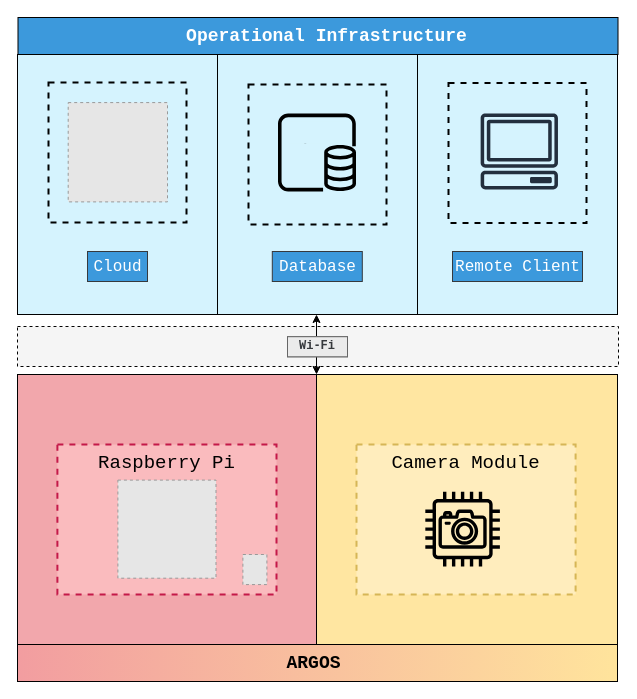
esrg-silent-howl/argos keeps this draw.io diagram as 2. Analysis/1. System Overview/system_overview.drawio. Above is the earlier version. Source tidied: cells renumbered, new cells numbered last; positions are measured from the earlier drawing's top-left corner, leaving out a move shared by most shapes. Both pictures are drawn from the tidied source at 100%, with x=0, y=0 at pixel (17, 17). Pictures stored in the file or linked from it are replaced by grey dashed boxes.
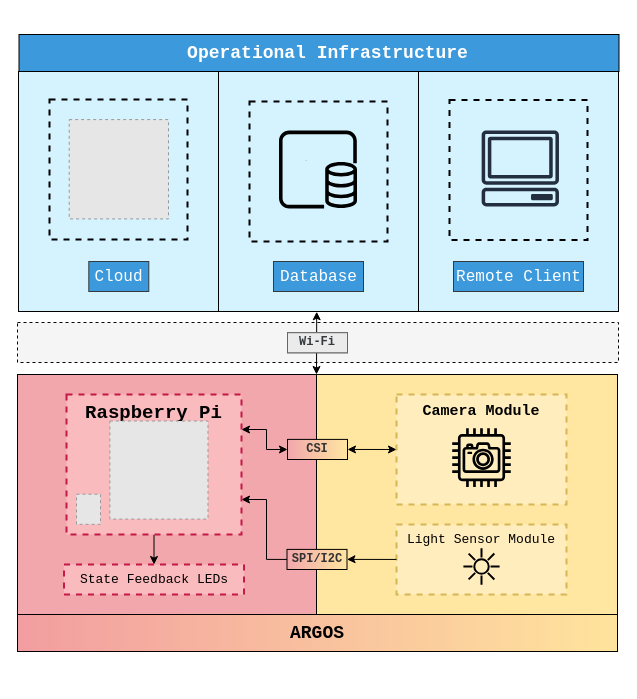
The same page after the edit.

Commit message (it also covers changes not shown here):
ADD: Light sensor and feedback LEDs modules added to the System Overview diagram

The edit, as a diff of the source:
```diff
@@
     <mxCell id="2" style="rounded=0;whiteSpace=wrap;html=1;fontFamily=Courier New;fillColor=#F2A7AC;" parent="1" vertex="1">
-      <mxGeometry y="357" width="299" height="270" as="geometry" />
+      <mxGeometry y="357" width="299" height="240" as="geometry" />
     </mxCell>
     <mxCell id="3" style="rounded=0;whiteSpace=wrap;html=1;fontFamily=Courier New;fillColor=#FFE6A1;" parent="1" vertex="1">
-      <mxGeometry x="299" y="357" width="301" height="270" as="geometry" />
+      <mxGeometry x="299" y="357" width="301" height="240" as="geometry" />
     </mxCell>
+    <mxCell id="31" style="edgeStyle=orthogonalEdgeStyle;rounded=0;jettySize=auto;html=1;exitX=1;exitY=0.25;exitDx=0;exitDy=0;entryX=0;entryY=0.5;entryDx=0;entryDy=0;startArrow=classic;startFill=1;endArrow=classic;endFill=1;" parent="1" edge="1" source="4" target="35">
+      <mxGeometry relative="1" as="geometry">
+        <Array as="points">
+          <mxPoint x="249" y="412" />
+          <mxPoint x="249" y="432" />
+        </Array>
+      </mxGeometry>
+    </mxCell>
+    <mxCell id="32" style="edgeStyle=orthogonalEdgeStyle;rounded=0;jettySize=auto;html=1;exitX=1;exitY=0.75;exitDx=0;exitDy=0;entryX=0;entryY=0.5;entryDx=0;entryDy=0;startArrow=classic;startFill=1;endArrow=none;endFill=0;fontSize=17;" parent="1" edge="1" source="4" target="38">
+      <mxGeometry relative="1" as="geometry">
+        <Array as="points">
+          <mxPoint x="249" y="482" />
+          <mxPoint x="249" y="542" />
+        </Array>
+      </mxGeometry>
+    </mxCell>
+    <mxCell id="33" style="edgeStyle=orthogonalEdgeStyle;rounded=0;jettySize=auto;html=1;exitX=0.5;exitY=1;exitDx=0;exitDy=0;entryX=0.5;entryY=0;entryDx=0;entryDy=0;startArrow=none;startFill=0;endArrow=classic;endFill=1;fontSize=13;" parent="1" edge="1" source="4" target="40">
+      <mxGeometry relative="1" as="geometry" />
+    </mxCell>
-    <mxCell id="4" value="&lt;span style=&quot;font-family: &amp;#34;consolas&amp;#34;&quot;&gt;Raspberry Pi&lt;/span&gt;" style="rounded=0;whiteSpace=wrap;html=1;dashed=1;strokeWidth=2;verticalAlign=top;fontSize=19;align=center;spacingLeft=0;fillColor=#FABBBE;strokeColor=#C41949;" parent="1" vertex="1">
-      <mxGeometry x="39.9" y="427" width="219.1" height="150" as="geometry" />
+    <mxCell id="4" value="&lt;span style=&quot;font-family: &amp;quot;consolas&amp;quot;&quot;&gt;Raspberry Pi&lt;/span&gt;" style="rounded=0;whiteSpace=wrap;html=1;dashed=1;strokeWidth=2;verticalAlign=top;fontSize=19;align=center;spacingLeft=0;fillColor=#FABBBE;strokeColor=#C41949;fontStyle=1;" parent="1" vertex="1">
+      <mxGeometry x="49" y="377" width="175" height="140" as="geometry" />
     </mxCell>
     <mxCell id="5" style="rounded=0;whiteSpace=wrap;html=1;fontFamily=Courier New;fillColor=#D5F3FE;" parent="1" vertex="1">
-      <mxGeometry y="37" width="600" height="260" as="geometry" />
+      <mxGeometry x="1" y="54" width="600" height="240" as="geometry" />
     </mxCell>
     <mxCell id="6" style="rounded=0;whiteSpace=wrap;html=1;fontFamily=Courier New;fillColor=#D5F3FE;" parent="1" vertex="1">
-      <mxGeometry x="400" y="37" width="200" height="260" as="geometry" />
+      <mxGeometry x="401" y="54" width="200" height="240" as="geometry" />
     </mxCell>
     <mxCell id="7" style="rounded=0;whiteSpace=wrap;html=1;fillColor=none;dashed=1;strokeWidth=2;" parent="1" vertex="1">
-      <mxGeometry x="431" y="65.5" width="138" height="140" as="geometry" />
+      <mxGeometry x="432" y="82.5" width="138" height="140" as="geometry" />
     </mxCell>
     <mxCell id="8" style="rounded=0;whiteSpace=wrap;html=1;fontFamily=Courier New;dashed=1;fillColor=#f5f5f5;fontColor=#333333;strokeColor=#030303;" parent="1" vertex="1">
-      <mxGeometry y="309" width="601" height="40" as="geometry" />
+      <mxGeometry y="305" width="601" height="40" as="geometry" />
     </mxCell>
-    <mxCell id="9" style="edgeStyle=orthogonalEdgeStyle;rounded=0;jettySize=auto;html=1;startArrow=classic;startFill=1;endArrow=classic;endFill=1;fontFamily=consolas;fontSize=16;fontColor=#006600;entryX=1;entryY=0;entryDx=0;entryDy=0;" parent="1" edge="1" target="2">
+    <mxCell id="9" style="edgeStyle=orthogonalEdgeStyle;rounded=0;jettySize=auto;html=1;startArrow=classic;startFill=1;endArrow=classic;endFill=1;fontFamily=consolas;fontSize=16;fontColor=#006600;entryX=1;entryY=0;entryDx=0;entryDy=0;exitX=0.497;exitY=1.001;exitDx=0;exitDy=0;exitPerimeter=0;" parent="1" edge="1" source="5" target="2">
       <mxGeometry relative="1" as="geometry">
-        <mxPoint x="299" y="297" as="sourcePoint" />
         <Array as="points">
+          <mxPoint x="299" y="297" />
           <mxPoint x="299" y="297" />
         </Array>
       </mxGeometry>
     </mxCell>
     <mxCell id="10" style="rounded=0;whiteSpace=wrap;html=1;fontFamily=Courier New;fillColor=#D5F3FE;" parent="1" vertex="1">
-      <mxGeometry y="37" width="200" height="260" as="geometry" />
+      <mxGeometry x="1" y="54" width="200" height="240" as="geometry" />
     </mxCell>
     <mxCell id="11" value="&lt;font style=&quot;font-size: 16px&quot;&gt;Database&lt;/font&gt;" style="text;html=1;align=center;verticalAlign=middle;fillColor=#3C99DC;strokeColor=#36393d;fontFamily=consolas;fontSize=18;fontColor=#FFFFFF;" parent="1" vertex="1">
-      <mxGeometry x="254.8" y="234" width="90" height="30" as="geometry" />
+      <mxGeometry x="256" y="244" width="90" height="30" as="geometry" />
     </mxCell>
     <mxCell id="12" value="&lt;font style=&quot;font-size: 16px&quot;&gt;Cloud&lt;/font&gt;" style="text;html=1;align=center;verticalAlign=middle;fillColor=#3C99DC;strokeColor=#36393D;fontFamily=consolas;fontSize=18;fontColor=#FFFFFF;" parent="1" vertex="1">
-      <mxGeometry x="70" y="234" width="60" height="30" as="geometry" />
+      <mxGeometry x="71.3" y="244" width="60" height="30" as="geometry" />
     </mxCell>
     <mxCell id="13" value="&lt;font style=&quot;font-size: 16px&quot;&gt;Remote Client&lt;/font&gt;" style="text;html=1;align=center;verticalAlign=middle;fillColor=#3C99DC;strokeColor=#36393d;fontFamily=consolas;fontSize=18;fontColor=#FFFFFF;" parent="1" vertex="1">
-      <mxGeometry x="435" y="234" width="130" height="30" as="geometry" />
+      <mxGeometry x="436" y="244" width="130" height="30" as="geometry" />
     </mxCell>
     <mxCell id="14" style="rounded=0;whiteSpace=wrap;html=1;fontFamily=Courier New;fillColor=#3C99DC;" parent="1" vertex="1">
-      <mxGeometry x="0.5" width="600" height="37" as="geometry" />
+      <mxGeometry x="1.5" y="17" width="600" height="37" as="geometry" />
     </mxCell>
     <mxCell id="15" value="&lt;font style=&quot;font-size: 18px&quot;&gt;&lt;b style=&quot;font-size: 18px&quot;&gt;Operational Infrastructure&lt;/b&gt;&lt;/font&gt;" style="text;html=1;align=center;verticalAlign=middle;fillColor=none;strokeColor=none;fontFamily=consolas;fontSize=18;fontColor=#FFFFFF;" parent="1" vertex="1">
-      <mxGeometry x="173.5" y="3.5" width="270" height="30" as="geometry" />
+      <mxGeometry x="174.5" y="20.5" width="270" height="30" as="geometry" />
     </mxCell>
-    <mxCell id="16" style="rounded=0;whiteSpace=wrap;html=1;fontFamily=Courier New;gradientDirection=west;gradientColor=#F29DA0;fillColor=#FFE49C;" parent="1" vertex="1">
-      <mxGeometry y="627" width="600" height="37" as="geometry" />
+    <mxCell id="16" value="&lt;span style=&quot;font-family: &amp;#34;consolas&amp;#34; ; font-size: 18px ; font-weight: 700&quot;&gt;ARGOS&lt;/span&gt;" style="rounded=0;whiteSpace=wrap;html=1;fontFamily=Courier New;gradientDirection=west;gradientColor=#F29DA0;fillColor=#FFE49C;" parent="1" vertex="1">
+      <mxGeometry y="597" width="600" height="37" as="geometry" />
     </mxCell>
-    <mxCell id="17" value="&lt;span style=&quot;font-size: 18px&quot;&gt;ARGOS&lt;/span&gt;" style="text;html=1;align=center;verticalAlign=middle;whiteSpace=wrap;rounded=0;fontFamily=consolas;fontSize=18;fontStyle=1;fillColor=none;strokeColor=none;" parent="1" vertex="1">
-      <mxGeometry x="167" y="632" width="259" height="27" as="geometry" />
-    </mxCell>
     <mxCell id="18" style="group;strokeColor=#666666;fontColor=#333333;fillColor=#DBDBDB;" parent="1" vertex="1">
-      <mxGeometry x="270" y="319.2" width="60" height="20.1" as="geometry" />
+      <mxGeometry x="270" y="315.2" width="60" height="20.1" as="geometry" />
     </mxCell>
-    <mxCell id="19" style="rounded=0;whiteSpace=wrap;html=1;shadow=0;glass=0;comic=0;labelBackgroundColor=none;strokeColor=#666666;strokeWidth=1;fontFamily=consolas;fontSize=12;fontColor=#333333;fillColor=#EBEBEB;" parent="18" vertex="1">
+    <mxCell id="19" value="&lt;b style=&quot;color: rgb(54 , 57 , 61) ; font-size: 11px&quot;&gt;&lt;font style=&quot;font-size: 12px&quot;&gt;Wi-Fi&lt;/font&gt;&lt;/b&gt;" style="rounded=0;whiteSpace=wrap;html=1;shadow=0;glass=0;comic=0;labelBackgroundColor=none;strokeColor=#666666;strokeWidth=1;fontFamily=consolas;fontSize=12;fontColor=#333333;fillColor=#EBEBEB;" parent="18" vertex="1">
       <mxGeometry width="60" height="20.1" as="geometry" />
     </mxCell>
-    <mxCell id="20" value="&lt;b&gt;&lt;font style=&quot;font-size: 12px&quot;&gt;Wi-Fi&lt;/font&gt;&lt;/b&gt;" style="text;html=1;strokeColor=none;fillColor=none;align=center;verticalAlign=middle;whiteSpace=wrap;rounded=0;shadow=0;glass=0;dashed=1;comic=0;labelBackgroundColor=none;fontFamily=consolas;fontSize=11;fontColor=#36393D;" parent="18" vertex="1">
-      <mxGeometry x="10" y="0.1" width="40" height="20" as="geometry" />
-    </mxCell>
     <mxCell id="21" style="fillColor=#E6E6E6;strokeColor=#999999;dashed=1;" parent="1" vertex="1">
-      <mxGeometry x="50.7" y="85.1" width="99.3" height="99.3" as="geometry" />
+      <mxGeometry x="51.7" y="102.1" width="99.3" height="99.3" as="geometry" />
     </mxCell>
     <mxCell id="22" style="fontColor=#232F3E;gradientColor=none;fillColor=#000000;strokeColor=none;dashed=0;verticalLabelPosition=bottom;verticalAlign=top;align=center;html=1;fontSize=12;fontStyle=0;shape=mxgraph.aws4.rds_mysql_instance;" parent="1" vertex="1">
-      <mxGeometry x="260.5" y="96" width="78" height="78" as="geometry" />
+      <mxGeometry x="261.5" y="113" width="78" height="78" as="geometry" />
     </mxCell>
     <mxCell id="23" style="rounded=0;whiteSpace=wrap;html=1;fillColor=none;dashed=1;strokeWidth=2;" parent="1" vertex="1">
-      <mxGeometry x="31" y="65" width="138" height="140" as="geometry" />
+      <mxGeometry x="32" y="82" width="138" height="140" as="geometry" />
     </mxCell>
     <mxCell id="24" style="rounded=0;whiteSpace=wrap;html=1;fillColor=none;dashed=1;strokeWidth=2;" parent="1" vertex="1">
-      <mxGeometry x="231" y="67" width="138" height="140" as="geometry" />
+      <mxGeometry x="232" y="84" width="138" height="140" as="geometry" />
     </mxCell>
     <mxCell id="25" style="fontColor=#232F3E;gradientColor=none;fillColor=#232F3E;strokeColor=none;dashed=0;verticalLabelPosition=bottom;verticalAlign=top;align=center;html=1;fontSize=12;fontStyle=0;shape=mxgraph.aws4.client;" parent="1" vertex="1">
-      <mxGeometry x="462.8" y="96" width="78" height="76" as="geometry" />
+      <mxGeometry x="463.8" y="113" width="78" height="76" as="geometry" />
     </mxCell>
-    <mxCell id="26" value="&lt;span style=&quot;font-family: &amp;#34;consolas&amp;#34;&quot;&gt;Camera Module&lt;/span&gt;" style="rounded=0;whiteSpace=wrap;html=1;dashed=1;strokeWidth=2;verticalAlign=top;fontSize=19;align=center;spacingLeft=0;strokeColor=#d6b656;fillColor=#FFEDBD;" parent="1" vertex="1">
-      <mxGeometry x="339" y="427" width="219.1" height="150" as="geometry" />
+    <mxCell id="26" value="&lt;span style=&quot;font-family: consolas; font-size: 15px;&quot;&gt;Camera Module&lt;/span&gt;" style="rounded=0;whiteSpace=wrap;html=1;dashed=1;strokeWidth=2;verticalAlign=top;fontSize=15;align=center;spacingLeft=0;strokeColor=#d6b656;fillColor=#FFEDBD;fontStyle=1;" parent="1" vertex="1">
+      <mxGeometry x="379" y="377" width="170" height="110" as="geometry" />
     </mxCell>
     <mxCell id="27" style="fillColor=#E6E6E6;strokeColor=#999999;dashed=1;" parent="1" vertex="1">
-      <mxGeometry x="225.4" y="537" width="24" height="30.1" as="geometry" />
+      <mxGeometry x="59" y="476.7" width="24" height="30.1" as="geometry" />
     </mxCell>
     <mxCell id="28" style="fillColor=#E6E6E6;strokeColor=#999999;dashed=1;verticalLabelPosition=bottom;labelBackgroundColor=#ffffff;verticalAlign=top;fontColor=#006600;" parent="1" vertex="1">
-      <mxGeometry x="100.4" y="462.6" width="98.1" height="98.1" as="geometry" />
+      <mxGeometry x="92.4" y="403.5" width="98.1" height="98.1" as="geometry" />
     </mxCell>
     <mxCell id="29" style="dashed=0;verticalLabelPosition=bottom;verticalAlign=top;align=center;html=1;fontSize=12;fontStyle=0;shape=mxgraph.aws4.resourceIcon;resIcon=mxgraph.aws4.camera;fillColor=none;" parent="1" vertex="1">
-      <mxGeometry x="398.5" y="465" width="93.2" height="93.2" as="geometry" />
+      <mxGeometry x="427.4" y="403.5" width="73.2" height="73.2" as="geometry" />
     </mxCell>
     <mxCell id="30" style="rounded=0;whiteSpace=wrap;html=1;fontSize=19;align=center;strokeColor=none;fillColor=#D5F3FE;" parent="1" vertex="1">
-      <mxGeometry x="271" y="104" width="58" height="22" as="geometry" />
+      <mxGeometry x="272" y="121" width="58" height="22" as="geometry" />
     </mxCell>
+    <mxCell id="34" style="edgeStyle=orthogonalEdgeStyle;rounded=0;jettySize=auto;html=1;exitX=1;exitY=0.5;exitDx=0;exitDy=0;entryX=0;entryY=0.5;entryDx=0;entryDy=0;startArrow=classic;startFill=1;endArrow=classic;endFill=1;" parent="1" edge="1" source="35" target="26">
+      <mxGeometry relative="1" as="geometry" />
+    </mxCell>
+    <mxCell id="35" value="CSI" style="rounded=0;whiteSpace=wrap;html=1;shadow=0;glass=0;comic=0;labelBackgroundColor=none;strokeWidth=1;fontFamily=consolas;fontSize=12;fontColor=#333333;fillColor=#F2A7AC;gradientDirection=east;gradientColor=#FFE6A1;fontStyle=1;" parent="1" vertex="1">
+      <mxGeometry x="270" y="421.9" width="60" height="20.1" as="geometry" />
+    </mxCell>
+    <mxCell id="36" value="&lt;span style=&quot;font-family: consolas; font-size: 13px;&quot;&gt;Light Sensor Module&lt;/span&gt;" style="rounded=0;whiteSpace=wrap;html=1;dashed=1;strokeWidth=2;verticalAlign=top;fontSize=13;align=center;spacingLeft=0;strokeColor=#d6b656;fillColor=#FFEDBD;fontStyle=0;" parent="1" vertex="1">
+      <mxGeometry x="379" y="506.9" width="170" height="70.1" as="geometry" />
+    </mxCell>
+    <mxCell id="37" style="edgeStyle=orthogonalEdgeStyle;rounded=0;jettySize=auto;html=1;exitX=1;exitY=0.5;exitDx=0;exitDy=0;entryX=0;entryY=0.5;entryDx=0;entryDy=0;startArrow=classic;startFill=1;endArrow=none;endFill=0;fontSize=17;" parent="1" edge="1" source="38" target="36">
+      <mxGeometry relative="1" as="geometry">
+        <Array as="points">
+          <mxPoint x="331" y="542" />
+        </Array>
+      </mxGeometry>
+    </mxCell>
+    <mxCell id="38" value="SPI/I2C" style="rounded=0;whiteSpace=wrap;html=1;shadow=0;glass=0;comic=0;labelBackgroundColor=none;strokeWidth=1;fontFamily=consolas;fontSize=12;fontColor=#333333;fillColor=#F2A7AC;gradientDirection=east;gradientColor=#FFE6A1;fontStyle=1;" parent="1" vertex="1">
+      <mxGeometry x="269.5" y="531.9" width="60" height="20.1" as="geometry" />
+    </mxCell>
+    <mxCell id="39" style="html=1;verticalLabelPosition=bottom;align=center;labelBackgroundColor=#ffffff;verticalAlign=top;strokeWidth=2;shadow=0;dashed=0;shape=mxgraph.ios7.icons.sun;fillColor=none;fontSize=17;" parent="1" vertex="1">
+      <mxGeometry x="445.9" y="530.8" width="36.2" height="36.4" as="geometry" />
+    </mxCell>
+    <mxCell id="40" value="&lt;span style=&quot;font-family: &amp;quot;consolas&amp;quot; ; font-size: 13px&quot;&gt;State Feedback LEDs&lt;/span&gt;" style="rounded=0;whiteSpace=wrap;html=1;dashed=1;strokeWidth=2;verticalAlign=top;fontSize=13;align=center;spacingLeft=0;fillColor=#FABBBE;strokeColor=#C41949;fontStyle=0;" parent="1" vertex="1">
+      <mxGeometry x="46.5" y="547" width="180" height="30" as="geometry" />
+    </mxCell>
```
